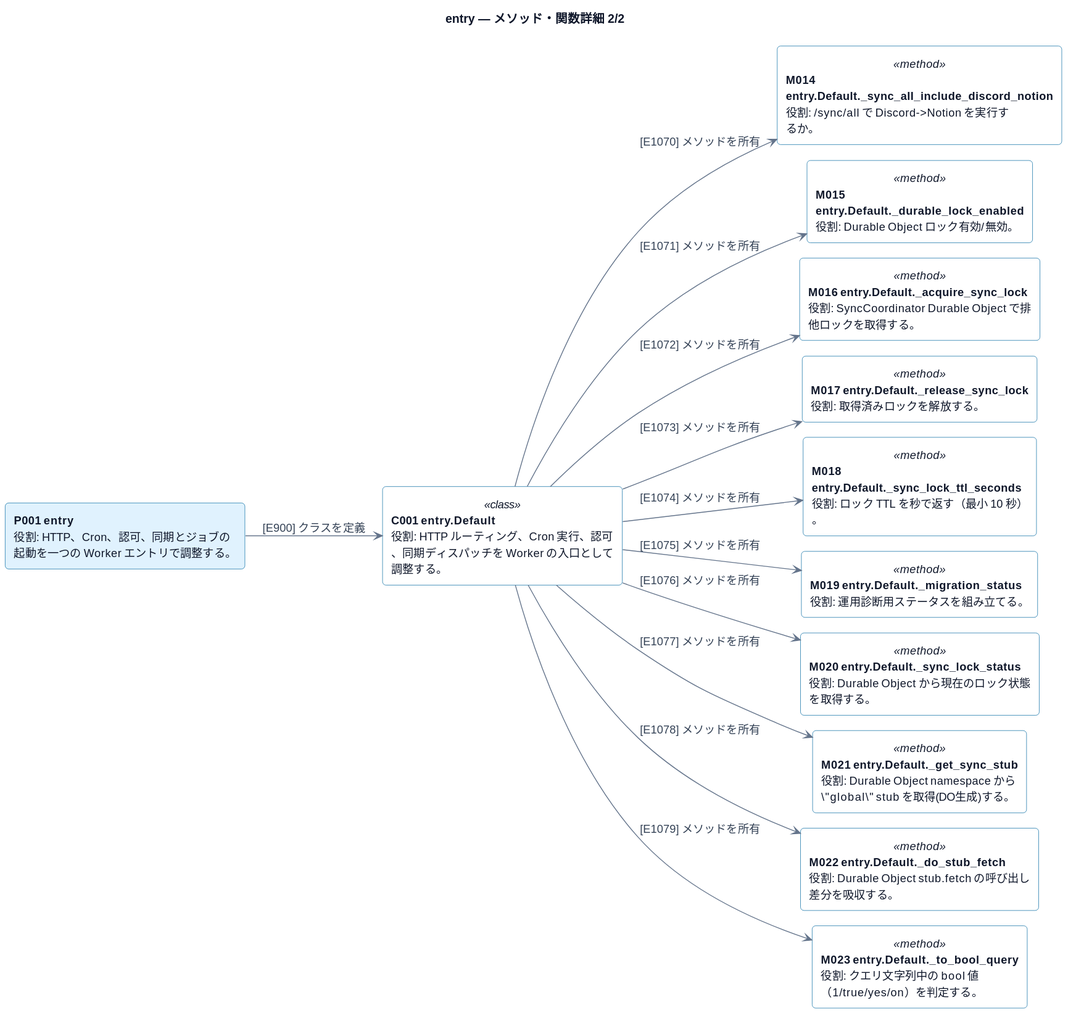
Above: docs/architecture/plantuml/rendered/methods/entry-02.svg in ichipiro/IE_Event_Bot (PlantUML), before the change. The source it was exported from:
```plantuml
@startuml
!include ../_shared/style.puml
title entry — メソッド・関数詳細 2/2
!pragma layout smetana
left to right direction
component "<b>P001 entry</b>\n役割: HTTP、Cron、認可、同期とジョブの起動を一つの Worker エントリで調整する。" as P001
component "<b>C001 entry.Default</b>\n役割: HTTP ルーティング、Cron 実行、認可、同期ディスパッチを Worker の入口として調整する。" as C001 <<class>>
P001 -[#64748B]-> C001 : [E900] クラスを定義
rectangle "<b>M014 entry.Default._sync_all_include_discord_notion</b>\n役割: /sync/all で Discord->Notion を実行するか。" as M014 <<method>>
C001 -[#64748B]-> M014 : [E1070] メソッドを所有
rectangle "<b>M015 entry.Default._durable_lock_enabled</b>\n役割: Durable Object ロック有効/無効。" as M015 <<method>>
C001 -[#64748B]-> M015 : [E1071] メソッドを所有
rectangle "<b>M016 entry.Default._acquire_sync_lock</b>\n役割: SyncCoordinator Durable Object で排他ロックを取得する。" as M016 <<method>>
C001 -[#64748B]-> M016 : [E1072] メソッドを所有
rectangle "<b>M017 entry.Default._release_sync_lock</b>\n役割: 取得済みロックを解放する。" as M017 <<method>>
C001 -[#64748B]-> M017 : [E1073] メソッドを所有
rectangle "<b>M018 entry.Default._sync_lock_ttl_seconds</b>\n役割: ロック TTL を秒で返す（最小 10 秒）。" as M018 <<method>>
C001 -[#64748B]-> M018 : [E1074] メソッドを所有
rectangle "<b>M019 entry.Default._migration_status</b>\n役割: 運用診断用ステータスを組み立てる。" as M019 <<method>>
C001 -[#64748B]-> M019 : [E1075] メソッドを所有
rectangle "<b>M020 entry.Default._sync_lock_status</b>\n役割: Durable Object から現在のロック状態を取得する。" as M020 <<method>>
C001 -[#64748B]-> M020 : [E1076] メソッドを所有
rectangle "<b>M021 entry.Default._get_sync_stub</b>\n役割: Durable Object namespace から \"global\" stub を取得(DO生成)する。" as M021 <<method>>
C001 -[#64748B]-> M021 : [E1077] メソッドを所有
rectangle "<b>M022 entry.Default._do_stub_fetch</b>\n役割: Durable Object stub.fetch の呼び出し差分を吸収する。" as M022 <<method>>
C001 -[#64748B]-> M022 : [E1078] メソッドを所有
rectangle "<b>M023 entry.Default._to_bool_query</b>\n役割: クエリ文字列中の bool 値（1/true/yes/on）を判定する。" as M023 <<method>>
C001 -[#64748B]-> M023 : [E1079] メソッドを所有
@enduml
```
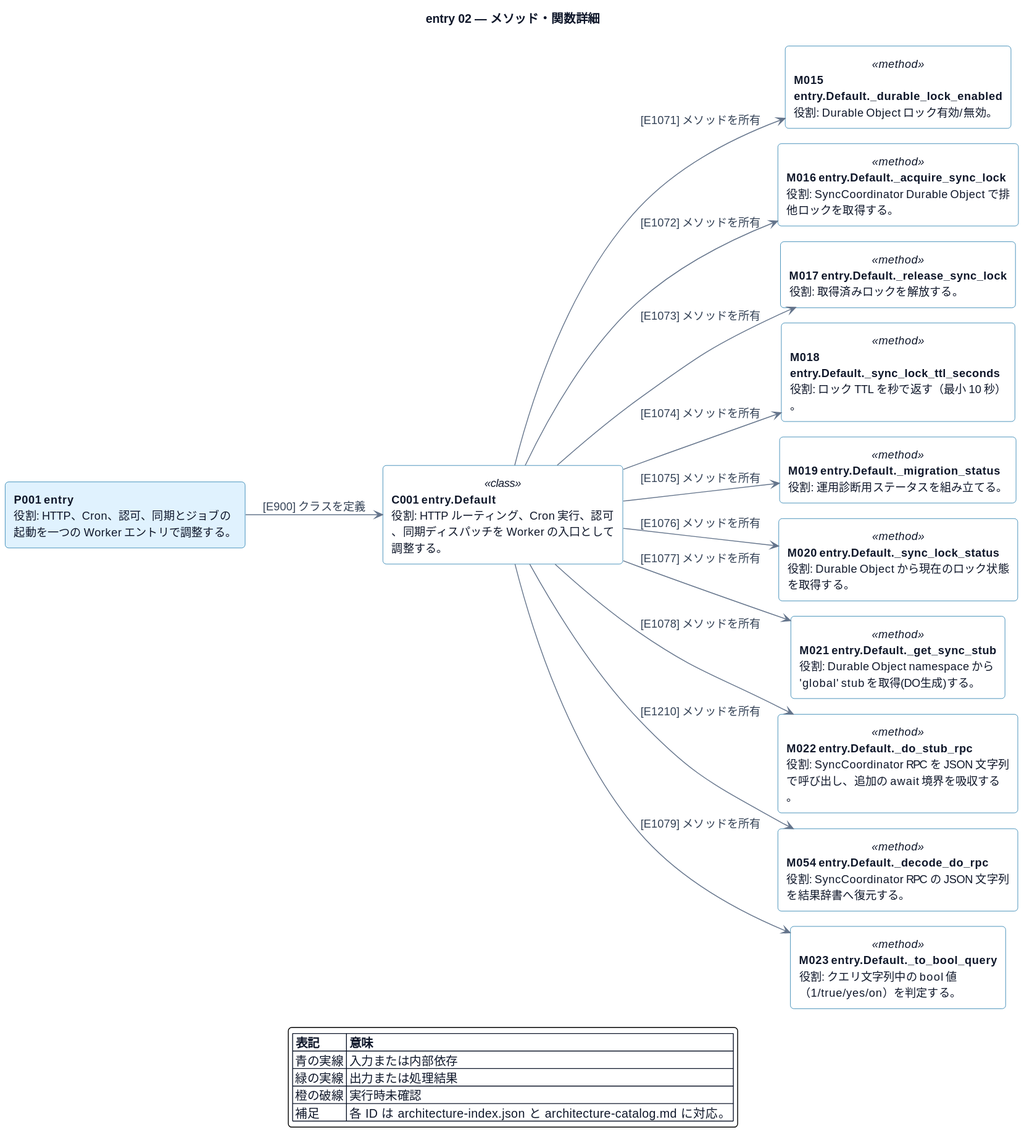
After the commit.

Change to the diagram source:
```diff
@@ -1,13 +1,11 @@
 @startuml
 !include ../_shared/style.puml
-title entry — メソッド・関数詳細 2/2
+title entry 02 — メソッド・関数詳細
 !pragma layout smetana
 left to right direction
 component "<b>P001 entry</b>\n役割: HTTP、Cron、認可、同期とジョブの起動を一つの Worker エントリで調整する。" as P001
 component "<b>C001 entry.Default</b>\n役割: HTTP ルーティング、Cron 実行、認可、同期ディスパッチを Worker の入口として調整する。" as C001 <<class>>
 P001 -[#64748B]-> C001 : [E900] クラスを定義
-rectangle "<b>M014 entry.Default._sync_all_include_discord_notion</b>\n役割: /sync/all で Discord->Notion を実行するか。" as M014 <<method>>
-C001 -[#64748B]-> M014 : [E1070] メソッドを所有
 rectangle "<b>M015 entry.Default._durable_lock_enabled</b>\n役割: Durable Object ロック有効/無効。" as M015 <<method>>
 C001 -[#64748B]-> M015 : [E1071] メソッドを所有
 rectangle "<b>M016 entry.Default._acquire_sync_lock</b>\n役割: SyncCoordinator Durable Object で排他ロックを取得する。" as M016 <<method>>
@@ -20,10 +18,19 @@
 C001 -[#64748B]-> M019 : [E1075] メソッドを所有
 rectangle "<b>M020 entry.Default._sync_lock_status</b>\n役割: Durable Object から現在のロック状態を取得する。" as M020 <<method>>
 C001 -[#64748B]-> M020 : [E1076] メソッドを所有
-rectangle "<b>M021 entry.Default._get_sync_stub</b>\n役割: Durable Object namespace から \"global\" stub を取得(DO生成)する。" as M021 <<method>>
+rectangle "<b>M021 entry.Default._get_sync_stub</b>\n役割: Durable Object namespace から 'global' stub を取得(DO生成)する。" as M021 <<method>>
 C001 -[#64748B]-> M021 : [E1077] メソッドを所有
-rectangle "<b>M022 entry.Default._do_stub_fetch</b>\n役割: Durable Object stub.fetch の呼び出し差分を吸収する。" as M022 <<method>>
+rectangle "<b>M022 entry.Default._do_stub_rpc</b>\n役割: SyncCoordinator RPC を JSON 文字列で呼び出し、追加の await 境界を吸収する。" as M022 <<method>>
 C001 -[#64748B]-> M022 : [E1078] メソッドを所有
+rectangle "<b>M054 entry.Default._decode_do_rpc</b>\n役割: SyncCoordinator RPC の JSON 文字列を結果辞書へ復元する。" as M054 <<method>>
+C001 -[#64748B]-> M054 : [E1210] メソッドを所有
 rectangle "<b>M023 entry.Default._to_bool_query</b>\n役割: クエリ文字列中の bool 値（1/true/yes/on）を判定する。" as M023 <<method>>
 C001 -[#64748B]-> M023 : [E1079] メソッドを所有
+legend bottom
+  |= 表記 |= 意味 |
+  | 青の実線 | 入力または内部依存 |
+  | 緑の実線 | 出力または処理結果 |
+  | 橙の破線 | 実行時未確認 |
+  | 補足 | 各 ID は architecture-index.json と architecture-catalog.md に対応。 |
+endlegend
 @enduml
```
